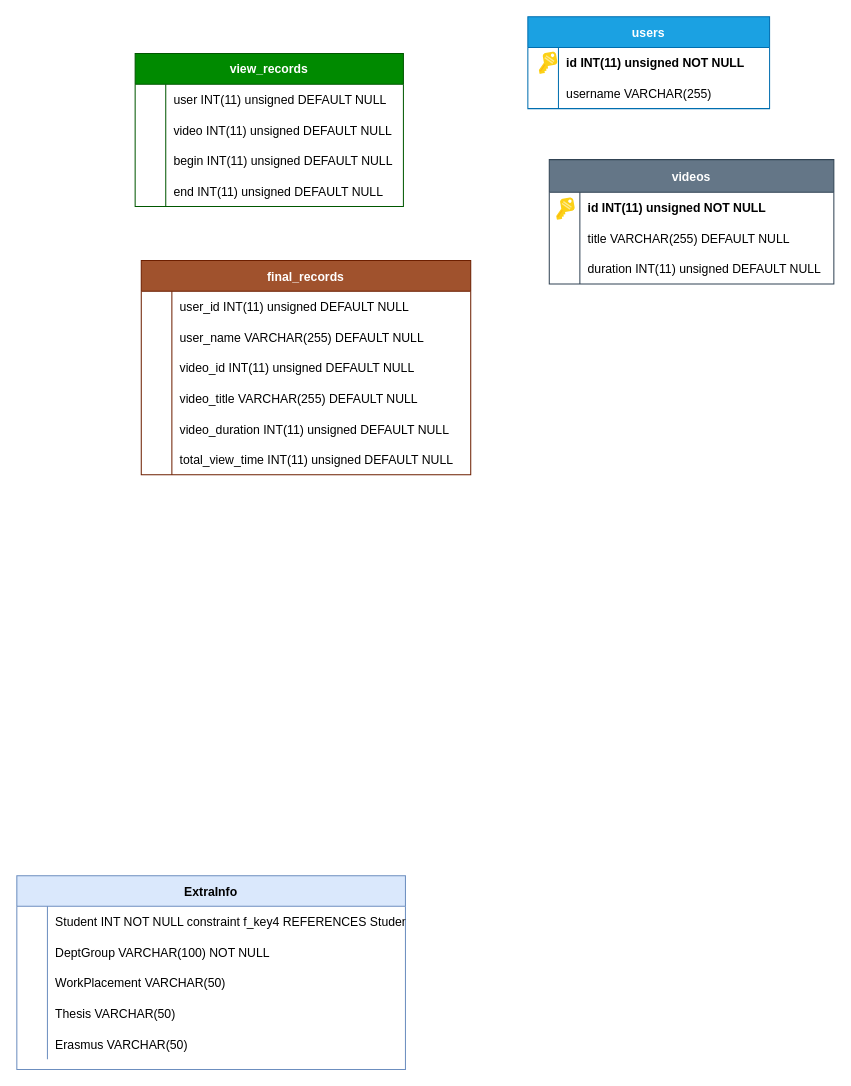
Before: img/DataBoard_DB.drawio in KostasKyriakosBatsios/DataBoard, a draw.io diagram. Source tidied: cells renumbered, new cells numbered last; positions are measured from the earlier drawing's top-left corner, leaving out a move shared by most shapes. Both pictures are drawn from the tidied source at 102%, with x=0, y=0 at pixel (16, 16).
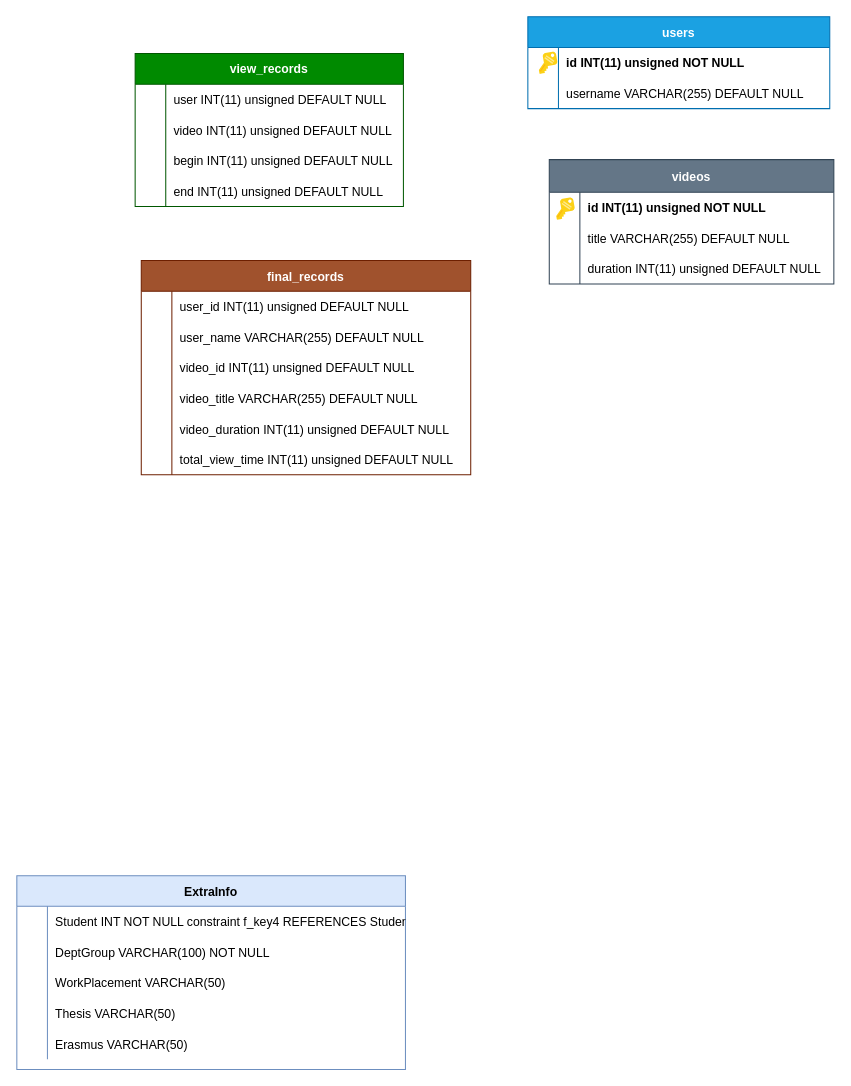
Above is the later version.

Commit message (it also covers changes not shown here):
Updated img folder.

What changed in the source:
```diff
@@
     <mxCell id="18" value="users" style="shape=table;startSize=30;childLayout=tableLayout;rowLines=0;fontStyle=1;align=center;fillColor=#1ba1e2;strokeColor=#006EAF;fontColor=#ffffff;" parent="1" vertex="1">
-      <mxGeometry x="501" width="237" height="90" as="geometry" />
+      <mxGeometry x="501" width="296" height="90" as="geometry" />
     </mxCell>
     <mxCell id="19" style="shape=tableRow;horizontal=0;startSize=0;swimlaneHead=0;swimlaneBody=0;fillColor=none;top=0;left=0;right=0;bottom=0;" parent="18" vertex="1">
-      <mxGeometry y="30" width="237" height="30" as="geometry" />
+      <mxGeometry y="30" width="296" height="30" as="geometry" />
     </mxCell>
@@
     <mxCell id="21" value="id INT(11) unsigned NOT NULL" style="shape=partialRectangle;overflow=hidden;fillColor=none;align=left;top=0;left=0;bottom=0;right=0;spacingLeft=6;fontStyle=1;" parent="19" vertex="1">
-      <mxGeometry x="30" width="207" height="30" as="geometry" />
+      <mxGeometry x="30" width="266" height="30" as="geometry" />
     </mxCell>
     <mxCell id="22" style="shape=tableRow;horizontal=0;startSize=0;swimlaneHead=0;swimlaneBody=0;fillColor=none;top=0;left=0;right=0;bottom=0;" parent="18" vertex="1">
-      <mxGeometry y="60" width="237" height="30" as="geometry" />
+      <mxGeometry y="60" width="296" height="30" as="geometry" />
     </mxCell>
@@
-    <mxCell id="24" value="username VARCHAR(255)" style="shape=partialRectangle;overflow=hidden;fillColor=none;align=left;top=0;left=0;bottom=0;right=0;spacingLeft=6;" parent="22" vertex="1">
-      <mxGeometry x="30" width="207" height="30" as="geometry" />
+    <mxCell id="24" value="username VARCHAR(255) DEFAULT NULL" style="shape=partialRectangle;overflow=hidden;fillColor=none;align=left;top=0;left=0;bottom=0;right=0;spacingLeft=6;" parent="22" vertex="1">
+      <mxGeometry x="30" width="266" height="30" as="geometry" />
     </mxCell>
```
